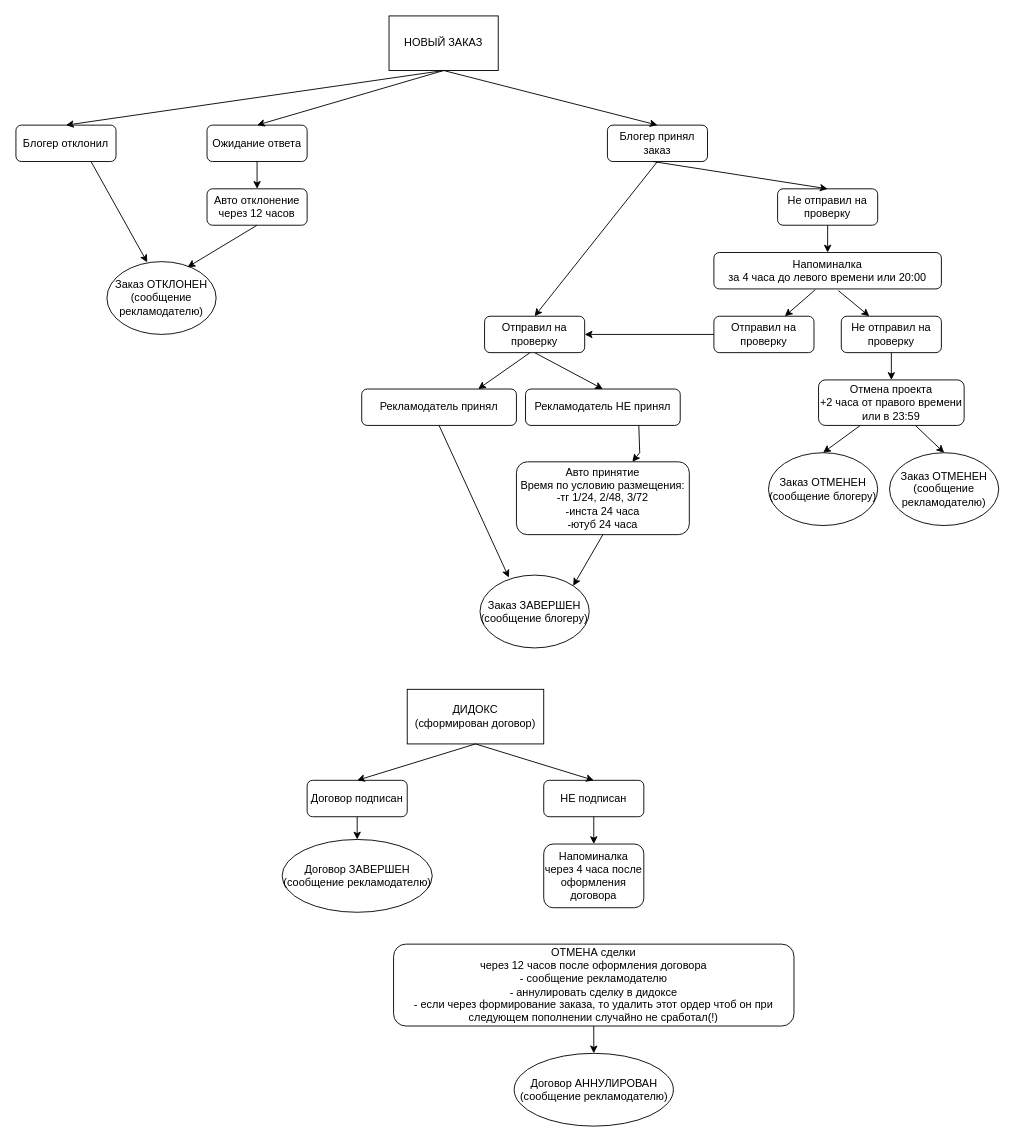
KmvRoman/Diagrams keeps this draw.io diagram as Диаграмма без названия.drawio. Above is the earlier version. Source tidied: cells renumbered, new cells numbered last; positions are measured from the earlier drawing's top-left corner, leaving out a move shared by most shapes. Both pictures are drawn from the tidied source at 91%, with x=0, y=0 at pixel (15, 15).
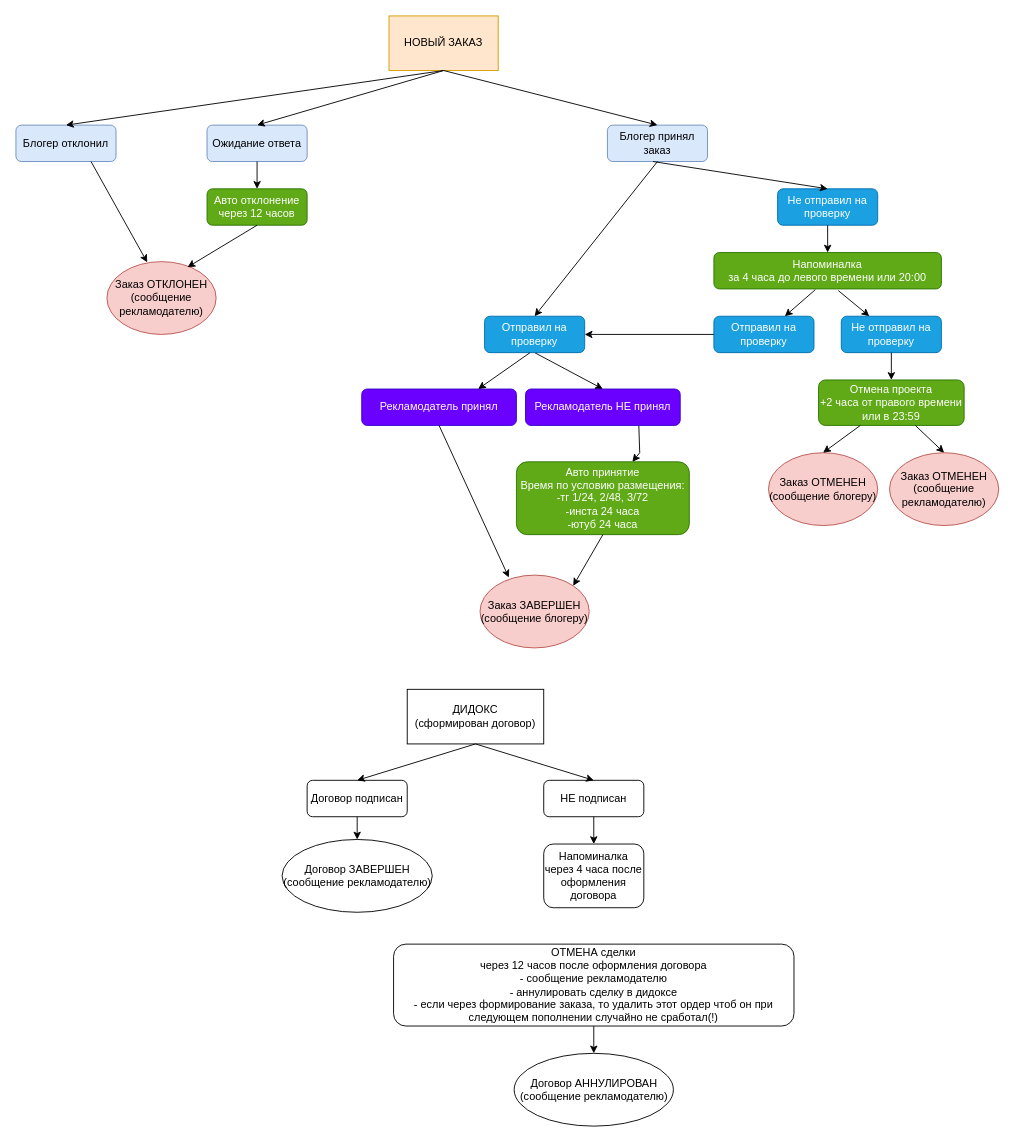
The same diagram, later.

The edit, as a diff of the source:
```diff
@@
-    <mxCell id="2" value="Авто отклонение&lt;br&gt;через 12 часов" style="rounded=1;whiteSpace=wrap;html=1;" parent="1" vertex="1">
+    <mxCell id="2" value="Авто отклонение&lt;br&gt;через 12 часов" style="rounded=1;whiteSpace=wrap;html=1;fillColor=#60a917;strokeColor=#2D7600;fontColor=#ffffff;" parent="1" vertex="1">
       <mxGeometry x="210" y="190" width="110" height="40" as="geometry" />
     </mxCell>
-    <mxCell id="3" value="Напоминалка&lt;br&gt;за 4 часа до левого времени или 20:00&lt;br&gt;" style="rounded=1;whiteSpace=wrap;html=1;" parent="1" vertex="1">
+    <mxCell id="3" value="Напоминалка&lt;br&gt;за 4 часа до левого времени или 20:00&lt;br&gt;" style="rounded=1;whiteSpace=wrap;html=1;fillColor=#60a917;strokeColor=#2D7600;fontColor=#ffffff;" parent="1" vertex="1">
       <mxGeometry x="767" y="260" width="250" height="40" as="geometry" />
     </mxCell>
-    <mxCell id="4" value="Отмена проекта&lt;br&gt;+2 часа от правого времени&lt;br&gt;или в 23:59" style="rounded=1;whiteSpace=wrap;html=1;" parent="1" vertex="1">
+    <mxCell id="4" value="Отмена проекта&lt;br&gt;+2 часа от правого времени&lt;br&gt;или в 23:59" style="rounded=1;whiteSpace=wrap;html=1;fillColor=#60a917;strokeColor=#2D7600;fontColor=#ffffff;" parent="1" vertex="1">
       <mxGeometry x="882" y="400" width="160" height="50" as="geometry" />
     </mxCell>
-    <mxCell id="5" value="Авто принятие&lt;br&gt;Время по условию размещения:&lt;br&gt;-тг 1/24, 2/48, 3/72&lt;br&gt;-инста 24 часа&lt;br&gt;-ютуб 24 часа&lt;br&gt;" style="rounded=1;whiteSpace=wrap;html=1;" parent="1" vertex="1">
+    <mxCell id="5" value="Авто принятие&lt;br&gt;Время по условию размещения:&lt;br&gt;-тг 1/24, 2/48, 3/72&lt;br&gt;-инста 24 часа&lt;br&gt;-ютуб 24 часа&lt;br&gt;" style="rounded=1;whiteSpace=wrap;html=1;fillColor=#60a917;strokeColor=#2D7600;fontColor=#ffffff;" parent="1" vertex="1">
       <mxGeometry x="550" y="490" width="190" height="80" as="geometry" />
     </mxCell>
-    <mxCell id="6" value="НОВЫЙ ЗАКАЗ" style="rounded=0;whiteSpace=wrap;html=1;" parent="1" vertex="1">
+    <mxCell id="6" value="НОВЫЙ ЗАКАЗ" style="rounded=0;whiteSpace=wrap;html=1;fillColor=#ffe6cc;strokeColor=#d79b00;" parent="1" vertex="1">
       <mxGeometry x="410" width="120" height="60" as="geometry" />
     </mxCell>
-    <mxCell id="7" value="Блогер отклонил" style="rounded=1;whiteSpace=wrap;html=1;" parent="1" vertex="1">
+    <mxCell id="7" value="Блогер отклонил" style="rounded=1;whiteSpace=wrap;html=1;fillColor=#dae8fc;strokeColor=#6c8ebf;" parent="1" vertex="1">
       <mxGeometry y="120" width="110" height="40" as="geometry" />
     </mxCell>
-    <mxCell id="8" value="Блогер принял заказ" style="rounded=1;whiteSpace=wrap;html=1;" parent="1" vertex="1">
+    <mxCell id="8" value="Блогер принял заказ" style="rounded=1;whiteSpace=wrap;html=1;fillColor=#dae8fc;strokeColor=#6c8ebf;" parent="1" vertex="1">
       <mxGeometry x="650" y="120" width="110" height="40" as="geometry" />
     </mxCell>
-    <mxCell id="9" value="Ожидание ответа" style="rounded=1;whiteSpace=wrap;html=1;" parent="1" vertex="1">
+    <mxCell id="9" value="Ожидание ответа" style="rounded=1;whiteSpace=wrap;html=1;fillColor=#dae8fc;strokeColor=#6c8ebf;" parent="1" vertex="1">
       <mxGeometry x="210" y="120" width="110" height="40" as="geometry" />
     </mxCell>
-    <mxCell id="10" value="Заказ ОТКЛОНЕН&lt;br&gt;(сообщение рекламодателю)" style="ellipse;whiteSpace=wrap;html=1;" parent="1" vertex="1">
+    <mxCell id="10" value="Заказ ОТКЛОНЕН&lt;br&gt;(сообщение рекламодателю)" style="ellipse;whiteSpace=wrap;html=1;fillColor=#f8cecc;strokeColor=#b85450;" parent="1" vertex="1">
       <mxGeometry x="100" y="270" width="120" height="80" as="geometry" />
     </mxCell>
-    <mxCell id="11" value="Не отправил на проверку" style="rounded=1;whiteSpace=wrap;html=1;" parent="1" vertex="1">
+    <mxCell id="11" value="Не отправил на проверку" style="rounded=1;whiteSpace=wrap;html=1;fillColor=#1ba1e2;fontColor=#ffffff;strokeColor=#006EAF;" parent="1" vertex="1">
       <mxGeometry x="837" y="190" width="110" height="40" as="geometry" />
     </mxCell>
-    <mxCell id="12" value="Отправил на проверку" style="rounded=1;whiteSpace=wrap;html=1;" parent="1" vertex="1">
+    <mxCell id="12" value="Отправил на проверку" style="rounded=1;whiteSpace=wrap;html=1;fillColor=#1ba1e2;fontColor=#ffffff;strokeColor=#006EAF;" parent="1" vertex="1">
       <mxGeometry x="767" y="330" width="110" height="40" as="geometry" />
     </mxCell>
-    <mxCell id="13" value="Не отправил на проверку" style="rounded=1;whiteSpace=wrap;html=1;" parent="1" vertex="1">
+    <mxCell id="13" value="Не отправил на проверку" style="rounded=1;whiteSpace=wrap;html=1;fillColor=#1ba1e2;fontColor=#ffffff;strokeColor=#006EAF;" parent="1" vertex="1">
       <mxGeometry x="907" y="330" width="110" height="40" as="geometry" />
     </mxCell>
-    <mxCell id="14" value="Рекламодатель принял" style="rounded=1;whiteSpace=wrap;html=1;" parent="1" vertex="1">
+    <mxCell id="14" value="Рекламодатель принял" style="rounded=1;whiteSpace=wrap;html=1;fillColor=#6a00ff;fontColor=#ffffff;strokeColor=#3700CC;" parent="1" vertex="1">
       <mxGeometry x="380" y="410" width="170" height="40" as="geometry" />
     </mxCell>
-    <mxCell id="15" value="Заказ ЗАВЕРШЕН&lt;br&gt;(сообщение блогеру)" style="ellipse;whiteSpace=wrap;html=1;" parent="1" vertex="1">
+    <mxCell id="15" value="Заказ ЗАВЕРШЕН&lt;br&gt;(сообщение блогеру)" style="ellipse;whiteSpace=wrap;html=1;fillColor=#f8cecc;strokeColor=#b85450;" parent="1" vertex="1">
       <mxGeometry x="510" y="614.5" width="120" height="80" as="geometry" />
     </mxCell>
@@
-    <mxCell id="20" value="Отправил на проверку" style="rounded=1;whiteSpace=wrap;html=1;" parent="1" vertex="1">
+    <mxCell id="20" value="Отправил на проверку" style="rounded=1;whiteSpace=wrap;html=1;fillColor=#1ba1e2;fontColor=#ffffff;strokeColor=#006EAF;" parent="1" vertex="1">
       <mxGeometry x="515" y="330" width="110" height="40" as="geometry" />
     </mxCell>
-    <mxCell id="21" value="Рекламодатель НЕ принял" style="rounded=1;whiteSpace=wrap;html=1;" parent="1" vertex="1">
+    <mxCell id="21" value="Рекламодатель НЕ принял" style="rounded=1;whiteSpace=wrap;html=1;fillColor=#6a00ff;fontColor=#ffffff;strokeColor=#3700CC;" parent="1" vertex="1">
       <mxGeometry x="560" y="410" width="170" height="40" as="geometry" />
     </mxCell>
@@
-    <mxCell id="28" value="Заказ ОТМЕНЕН&lt;br&gt;(сообщение рекламодателю)" style="ellipse;whiteSpace=wrap;html=1;" parent="1" vertex="1">
+    <mxCell id="28" value="Заказ ОТМЕНЕН&lt;br&gt;(сообщение рекламодателю)" style="ellipse;whiteSpace=wrap;html=1;fillColor=#f8cecc;strokeColor=#b85450;" parent="1" vertex="1">
       <mxGeometry x="960" y="480" width="120" height="80" as="geometry" />
     </mxCell>
@@
-    <mxCell id="38" value="Заказ ОТМЕНЕН&lt;br&gt;(сообщение блогеру)" style="ellipse;whiteSpace=wrap;html=1;" parent="1" vertex="1">
+    <mxCell id="38" value="Заказ ОТМЕНЕН&lt;br&gt;(сообщение блогеру)" style="ellipse;whiteSpace=wrap;html=1;fillColor=#f8cecc;strokeColor=#b85450;" parent="1" vertex="1">
       <mxGeometry x="827" y="480" width="120" height="80" as="geometry" />
     </mxCell>
```
